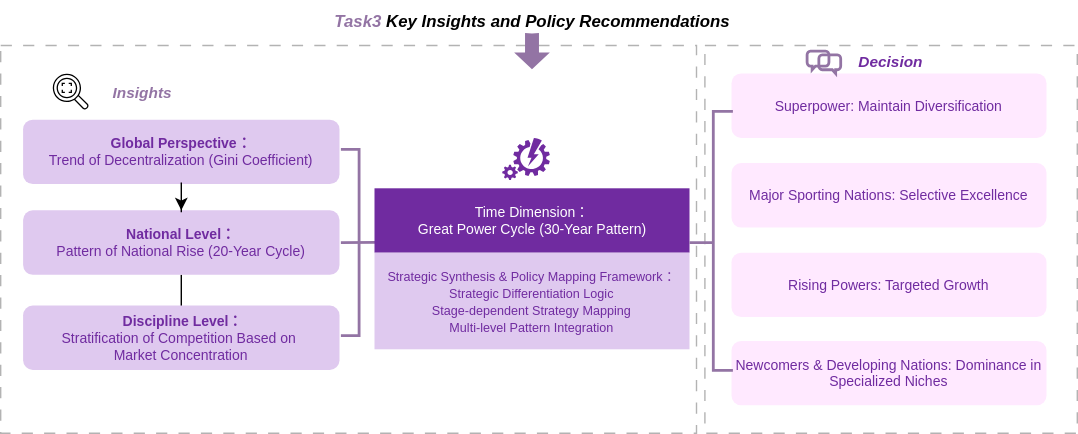
Earlier version of the draw.io export Simulation/25C/Coder/问题三/figures/flowchart_q3_method.svg (Jaxon1216/MathModelHub). Source tidied: cells renumbered, new cells last; positions are measured from the earlier drawing's top-left corner, leaving out a move shared by most shapes. Source of this version:
```xml
<mxGraphModel background="light-dark(#FFFFFF,#FFFFFF)">
  <root>
    <mxCell id="0" />
    <mxCell id="1" parent="0" />
    <mxCell id="2" style="rounded=0;whiteSpace=wrap;html=1;fillColor=none;dashed=1;strokeColor=light-dark(#B3B3B3,#CCCCFF);dashPattern=8 8;" parent="1" vertex="1">
      <mxGeometry x="503" y="32" width="266" height="277" as="geometry" />
    </mxCell>
    <mxCell id="3" style="rounded=0;whiteSpace=wrap;html=1;fillColor=none;dashed=1;strokeColor=light-dark(#B3B3B3,#B3B3B3);dashPattern=8 8;" parent="1" vertex="1">
      <mxGeometry y="32" width="497" height="277" as="geometry" />
    </mxCell>
    <mxCell id="4" value="&lt;i&gt;&lt;b&gt;&lt;font face=&quot;Arial&quot; style=&quot;&quot;&gt;&lt;font style=&quot;color: rgb(147, 116, 164);&quot;&gt;Task3&lt;/font&gt;&lt;font style=&quot;color: light-dark(rgb(147, 116, 164), rgb(147, 116, 164));&quot;&gt;&amp;nbsp;&lt;/font&gt;&lt;/font&gt;&lt;font face=&quot;Arial&quot; style=&quot;color: light-dark(rgb(0, 0, 0), rgb(0, 0, 0));&quot;&gt;Key Insights and Policy Recommendations&lt;/font&gt;&lt;/b&gt;&lt;/i&gt;&lt;i style=&quot;&quot;&gt;&lt;b style=&quot;&quot;&gt;&lt;font face=&quot;Arial&quot;&gt;&lt;br&gt;&lt;/font&gt;&lt;/b&gt;&lt;/i&gt;" style="text;html=1;whiteSpace=wrap;strokeColor=none;fillColor=none;align=center;verticalAlign=middle;rounded=0;" parent="1" vertex="1">
      <mxGeometry x="219.5" width="320" height="30" as="geometry" />
    </mxCell>
    <mxCell id="5" style="edgeStyle=orthogonalEdgeStyle;rounded=0;jettySize=auto;html=1;" parent="1" edge="1" source="21">
      <mxGeometry relative="1" as="geometry">
        <mxPoint x="141.2" y="249" as="targetPoint" />
      </mxGeometry>
    </mxCell>
    <mxCell id="6" value="Major Sporting Nations: Selective Excellence" style="rounded=1;whiteSpace=wrap;html=1;fillStyle=solid;fillColor=light-dark(#FFE9FF,#FFE9FF);flipV=1;legacyAnchorPoints=0;fontSize=10;fontColor=light-dark(#702BA0,#702BA0);strokeColor=none;" parent="1" vertex="1">
      <mxGeometry x="522" y="116" width="225" height="46" as="geometry" />
    </mxCell>
    <mxCell id="7" value="Superpower: Maintain Diversification" style="rounded=1;whiteSpace=wrap;html=1;fillStyle=solid;fillColor=light-dark(#FFE9FF,#FFE9FF);flipV=1;legacyAnchorPoints=0;fontSize=10;fontColor=light-dark(#702BA0,#702BA0);strokeColor=none;" parent="1" vertex="1">
      <mxGeometry x="522" y="52" width="225" height="46" as="geometry" />
    </mxCell>
    <mxCell id="8" value="Rising Powers: Targeted Growth" style="rounded=1;whiteSpace=wrap;html=1;fillStyle=solid;fillColor=light-dark(#FFE9FF,#FFE9FF);flipV=1;legacyAnchorPoints=0;fontSize=10;fontColor=light-dark(#702BA0,#702BA0);strokeColor=none;" parent="1" vertex="1">
      <mxGeometry x="522" y="180" width="225" height="46" as="geometry" />
    </mxCell>
    <mxCell id="9" style="strokeWidth=2;html=1;shape=mxgraph.flowchart.annotation_1;align=left;fillColor=none;strokeColor=light-dark(#9374A4,#9374A4);flipH=1;legacyAnchorPoints=0;" parent="1" vertex="1">
      <mxGeometry x="243" y="106.2" width="13" height="133" as="geometry" />
    </mxCell>
    <mxCell id="10" value="Newcomers &amp;amp; Developing Nations: Dominance in Specialized Niches" style="rounded=1;whiteSpace=wrap;html=1;fillStyle=solid;fillColor=light-dark(#FFE9FF,#FFE9FF);flipV=1;legacyAnchorPoints=0;fontSize=10;fontColor=light-dark(#702BA0,#702BA0);strokeColor=none;" parent="1" vertex="1">
      <mxGeometry x="522" y="243" width="225" height="46" as="geometry" />
    </mxCell>
    <mxCell id="11" style="endArrow=none;html=1;rounded=0;exitX=1;exitY=0.5;exitDx=0;exitDy=0;exitPerimeter=0;strokeColor=light-dark(#9374A4,#9374A4);strokeWidth=2;entryX=0.003;entryY=0.839;entryDx=0;entryDy=0;entryPerimeter=0;" parent="1" edge="1" source="9" target="12">
      <mxGeometry relative="1" as="geometry" />
    </mxCell>
    <mxCell id="12" style="rounded=0;whiteSpace=wrap;html=1;fillStyle=solid;fillColor=light-dark(#702BA0,#702BA0);strokeColor=none;" parent="1" vertex="1">
      <mxGeometry x="267" y="134" width="225" height="46" as="geometry" />
    </mxCell>
    <mxCell id="13" style="strokeWidth=2;html=1;shape=mxgraph.flowchart.annotation_1;align=left;fillColor=none;strokeColor=light-dark(#9374A4,#9374A4);flipH=0;legacyAnchorPoints=0;" parent="1" vertex="1">
      <mxGeometry x="509" y="79" width="14" height="185" as="geometry" />
    </mxCell>
    <mxCell id="14" style="endArrow=none;html=1;rounded=0;exitX=1;exitY=0.843;exitDx=0;exitDy=0;strokeColor=light-dark(#9374A4,#9374A4);strokeWidth=2;entryX=-0.053;entryY=0.507;entryDx=0;entryDy=0;entryPerimeter=0;exitPerimeter=0;" parent="1" edge="1" source="12" target="13">
      <mxGeometry relative="1" as="geometry" />
    </mxCell>
    <mxCell id="15" value="&lt;i&gt;&lt;font style=&quot;font-size: 11px; color: rgb(147, 116, 164);&quot;&gt;&lt;b style=&quot;&quot;&gt;Insights&lt;/b&gt;&lt;/font&gt;&lt;/i&gt;" style="rounded=0;whiteSpace=wrap;html=1;fillColor=none;strokeColor=none;" parent="1" vertex="1">
      <mxGeometry x="70" y="42.5" width="63" height="46" as="geometry" />
    </mxCell>
    <mxCell id="16" style="sketch=0;fontColor=#232F3E;fillColor=none;strokeColor=#ffffff;dashed=0;verticalLabelPosition=bottom;verticalAlign=top;align=center;html=1;fontSize=12;fontStyle=0;shape=mxgraph.aws4.resourceIcon;resIcon=mxgraph.aws4.rekognition_2;" parent="1" vertex="1">
      <mxGeometry x="128" y="52" width="32" height="32" as="geometry" />
    </mxCell>
    <mxCell id="17" style="html=1;shadow=0;dashed=0;align=center;verticalAlign=middle;shape=mxgraph.arrows2.arrow;dy=0.61;dx=12.01;direction=south;notch=0.38;fillStyle=solid;fillColor=light-dark(#9374A4,#9374A4);strokeColor=none;" parent="1" vertex="1">
      <mxGeometry x="366.8" y="23" width="25.5" height="26" as="geometry" />
    </mxCell>
    <mxCell id="18" style="html=1;verticalLabelPosition=bottom;align=center;labelBackgroundColor=#ffffff;verticalAlign=top;strokeWidth=2;strokeColor=light-dark(#9374A4,#9374A4);shadow=0;dashed=0;shape=mxgraph.ios7.icons.chat;fillColor=none;" parent="1" vertex="1">
      <mxGeometry x="576" y="36" width="24" height="16" as="geometry" />
    </mxCell>
    <mxCell id="19" value="&lt;i&gt;&lt;font style=&quot;font-size: 11px; color: light-dark(rgb(112, 43, 160), rgb(112, 43, 160));&quot;&gt;&lt;b&gt;Decision&lt;/b&gt;&lt;/font&gt;&lt;/i&gt;" style="rounded=0;whiteSpace=wrap;html=1;fillColor=none;strokeColor=none;" parent="1" vertex="1">
      <mxGeometry x="609" y="33.5" width="54" height="21" as="geometry" />
    </mxCell>
    <mxCell id="20" value="&lt;font style=&quot;&quot;&gt;&lt;b&gt;Global Perspective：&lt;/b&gt;&lt;/font&gt;&lt;div&gt;&lt;font style=&quot;&quot;&gt;Trend of Decentralization&lt;/font&gt;&lt;span style=&quot;background-color: transparent;&quot;&gt;&amp;nbsp;(Gini Coefficient)&lt;/span&gt;&lt;/div&gt;" style="rounded=1;whiteSpace=wrap;html=1;fillStyle=solid;fillColor=light-dark(#DFC9EF,#DFC9EF);strokeColor=none;fontFamily=Arial;fontSize=10;fontColor=light-dark(#702BA0,#702BA0);" parent="1" vertex="1">
      <mxGeometry x="16" y="85" width="226" height="46" as="geometry" />
    </mxCell>
    <mxCell id="21" value="&lt;b&gt;National Level：&lt;/b&gt;&lt;div&gt;Pattern of National Rise&lt;span style=&quot;background-color: transparent;&quot;&gt;&amp;nbsp;(20-Year Cycle)&lt;/span&gt;&lt;/div&gt;" style="rounded=1;whiteSpace=wrap;html=1;fillStyle=solid;fillColor=light-dark(#DFC9EF,#DFC9EF);strokeColor=none;fontFamily=Arial;fontSize=10;fontColor=light-dark(#702BA0,#702BA0);" parent="1" vertex="1">
      <mxGeometry x="16" y="149.8" width="226" height="46" as="geometry" />
    </mxCell>
    <mxCell id="22" value="&lt;b&gt;&amp;nbsp;Discipline Level：&lt;/b&gt;&lt;div&gt;Stratification of Competition&amp;nbsp;&lt;span style=&quot;background-color: transparent;&quot;&gt;Based on&amp;nbsp;&lt;/span&gt;&lt;/div&gt;&lt;div&gt;&lt;span style=&quot;background-color: transparent;&quot;&gt;Market Concentration&lt;/span&gt;&lt;/div&gt;" style="rounded=1;whiteSpace=wrap;html=1;fillStyle=solid;fillColor=light-dark(#DFC9EF,#DFC9EF);strokeColor=none;fontFamily=Arial;fontSize=10;fontColor=light-dark(#702BA0,#702BA0);" parent="1" vertex="1">
      <mxGeometry x="16" y="217.8" width="226" height="46" as="geometry" />
    </mxCell>
    <mxCell id="23" style="edgeStyle=orthogonalEdgeStyle;rounded=0;jettySize=auto;html=1;" parent="1" edge="1" source="20" target="21">
      <mxGeometry relative="1" as="geometry" />
    </mxCell>
    <mxCell id="24" value="&lt;font style=&quot;font-size: 9px;&quot;&gt;Strategic Synthesis &amp;amp; Policy Mapping Framework：&lt;/font&gt;&lt;div&gt;&lt;font style=&quot;font-size: 9px;&quot;&gt;Strategic Differentiation Logic&lt;/font&gt;&lt;/div&gt;&lt;div&gt;&lt;font style=&quot;font-size: 9px;&quot;&gt;Stage-dependent Strategy Mapping&lt;/font&gt;&lt;/div&gt;&lt;div&gt;&lt;font style=&quot;font-size: 9px;&quot;&gt;Multi-level Pattern Integration&lt;/font&gt;&lt;/div&gt;" style="rounded=0;whiteSpace=wrap;html=1;fillStyle=solid;fillColor=light-dark(#DFC9EF,#DFC9EF);strokeColor=none;fontFamily=Arial;fontSize=10;fontColor=light-dark(#702BA0,#702BA0);" parent="1" vertex="1">
      <mxGeometry x="267" y="180" width="225" height="69" as="geometry" />
    </mxCell>
    <mxCell id="25" style="verticalLabelPosition=bottom;html=1;verticalAlign=top;align=center;strokeColor=none;fillColor=light-dark(#702BA0,#702BA0);shape=mxgraph.azure.automation;fillStyle=solid;" parent="1" vertex="1">
      <mxGeometry x="358.2" y="98" width="34" height="30" as="geometry" />
    </mxCell>
    <mxCell id="26" value="&lt;font face=&quot;Arial&quot; style=&quot;color: rgb(255, 255, 255);&quot;&gt;Time Dimension：&lt;/font&gt;&lt;div&gt;&lt;font face=&quot;Arial&quot; style=&quot;color: rgb(255, 255, 255);&quot;&gt;Great Power Cycle (30-Year Pattern)&lt;/font&gt;&lt;/div&gt;" style="rounded=1;whiteSpace=wrap;html=1;fillStyle=solid;fillColor=none;flipV=1;legacyAnchorPoints=0;fontSize=10;fontColor=light-dark(#702BA0,#702BA0);strokeColor=none;" parent="1" vertex="1">
      <mxGeometry x="289.5" y="143" width="180" height="28" as="geometry" />
    </mxCell>
    <mxCell id="27" style="sketch=0;fontColor=#232F3E;fillColor=none;strokeColor=none;dashed=0;verticalLabelPosition=bottom;verticalAlign=top;align=center;html=1;fontSize=12;fontStyle=0;shape=mxgraph.aws4.resourceIcon;resIcon=mxgraph.aws4.rekognition_2;" parent="1" vertex="1">
      <mxGeometry x="34" y="49" width="32" height="32" as="geometry" />
    </mxCell>
  </root>
</mxGraphModel>
```
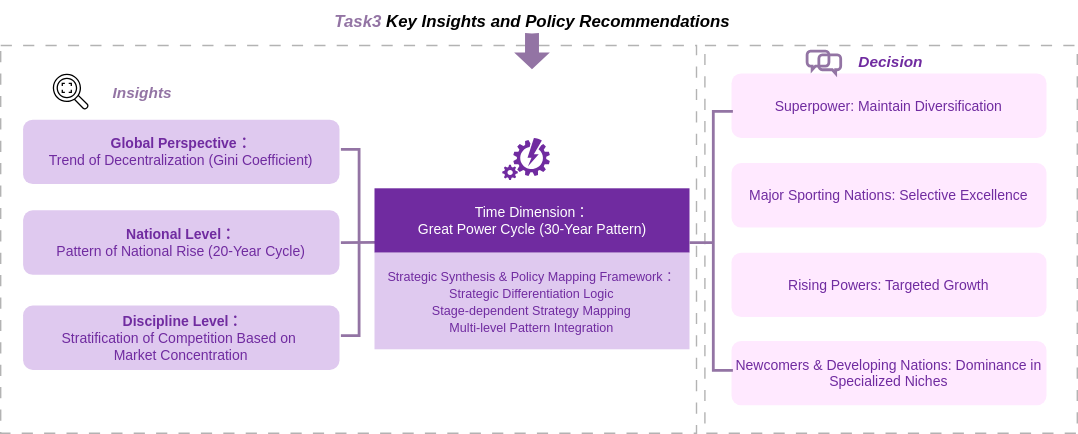
Above is the later version.

Commit message:
docs(Simulation):figures/flowchart_q3_method&Total

Diff of the diagram source:
```diff
@@ -11,11 +11,6 @@
     <mxCell id="4" value="&lt;i&gt;&lt;b&gt;&lt;font face=&quot;Arial&quot; style=&quot;&quot;&gt;&lt;font style=&quot;color: rgb(147, 116, 164);&quot;&gt;Task3&lt;/font&gt;&lt;font style=&quot;color: light-dark(rgb(147, 116, 164), rgb(147, 116, 164));&quot;&gt;&amp;nbsp;&lt;/font&gt;&lt;/font&gt;&lt;font face=&quot;Arial&quot; style=&quot;color: light-dark(rgb(0, 0, 0), rgb(0, 0, 0));&quot;&gt;Key Insights and Policy Recommendations&lt;/font&gt;&lt;/b&gt;&lt;/i&gt;&lt;i style=&quot;&quot;&gt;&lt;b style=&quot;&quot;&gt;&lt;font face=&quot;Arial&quot;&gt;&lt;br&gt;&lt;/font&gt;&lt;/b&gt;&lt;/i&gt;" style="text;html=1;whiteSpace=wrap;strokeColor=none;fillColor=none;align=center;verticalAlign=middle;rounded=0;" parent="1" vertex="1">
       <mxGeometry x="219.5" width="320" height="30" as="geometry" />
     </mxCell>
-    <mxCell id="5" style="edgeStyle=orthogonalEdgeStyle;rounded=0;jettySize=auto;html=1;" parent="1" edge="1" source="21">
-      <mxGeometry relative="1" as="geometry">
-        <mxPoint x="141.2" y="249" as="targetPoint" />
-      </mxGeometry>
-    </mxCell>
     <mxCell id="6" value="Major Sporting Nations: Selective Excellence" style="rounded=1;whiteSpace=wrap;html=1;fillStyle=solid;fillColor=light-dark(#FFE9FF,#FFE9FF);flipV=1;legacyAnchorPoints=0;fontSize=10;fontColor=light-dark(#702BA0,#702BA0);strokeColor=none;" parent="1" vertex="1">
       <mxGeometry x="522" y="116" width="225" height="46" as="geometry" />
     </mxCell>
@@ -67,9 +62,6 @@
     <mxCell id="22" value="&lt;b&gt;&amp;nbsp;Discipline Level：&lt;/b&gt;&lt;div&gt;Stratification of Competition&amp;nbsp;&lt;span style=&quot;background-color: transparent;&quot;&gt;Based on&amp;nbsp;&lt;/span&gt;&lt;/div&gt;&lt;div&gt;&lt;span style=&quot;background-color: transparent;&quot;&gt;Market Concentration&lt;/span&gt;&lt;/div&gt;" style="rounded=1;whiteSpace=wrap;html=1;fillStyle=solid;fillColor=light-dark(#DFC9EF,#DFC9EF);strokeColor=none;fontFamily=Arial;fontSize=10;fontColor=light-dark(#702BA0,#702BA0);" parent="1" vertex="1">
       <mxGeometry x="16" y="217.8" width="226" height="46" as="geometry" />
     </mxCell>
-    <mxCell id="23" style="edgeStyle=orthogonalEdgeStyle;rounded=0;jettySize=auto;html=1;" parent="1" edge="1" source="20" target="21">
-      <mxGeometry relative="1" as="geometry" />
-    </mxCell>
     <mxCell id="24" value="&lt;font style=&quot;font-size: 9px;&quot;&gt;Strategic Synthesis &amp;amp; Policy Mapping Framework：&lt;/font&gt;&lt;div&gt;&lt;font style=&quot;font-size: 9px;&quot;&gt;Strategic Differentiation Logic&lt;/font&gt;&lt;/div&gt;&lt;div&gt;&lt;font style=&quot;font-size: 9px;&quot;&gt;Stage-dependent Strategy Mapping&lt;/font&gt;&lt;/div&gt;&lt;div&gt;&lt;font style=&quot;font-size: 9px;&quot;&gt;Multi-level Pattern Integration&lt;/font&gt;&lt;/div&gt;" style="rounded=0;whiteSpace=wrap;html=1;fillStyle=solid;fillColor=light-dark(#DFC9EF,#DFC9EF);strokeColor=none;fontFamily=Arial;fontSize=10;fontColor=light-dark(#702BA0,#702BA0);" parent="1" vertex="1">
       <mxGeometry x="267" y="180" width="225" height="69" as="geometry" />
     </mxCell>
```
